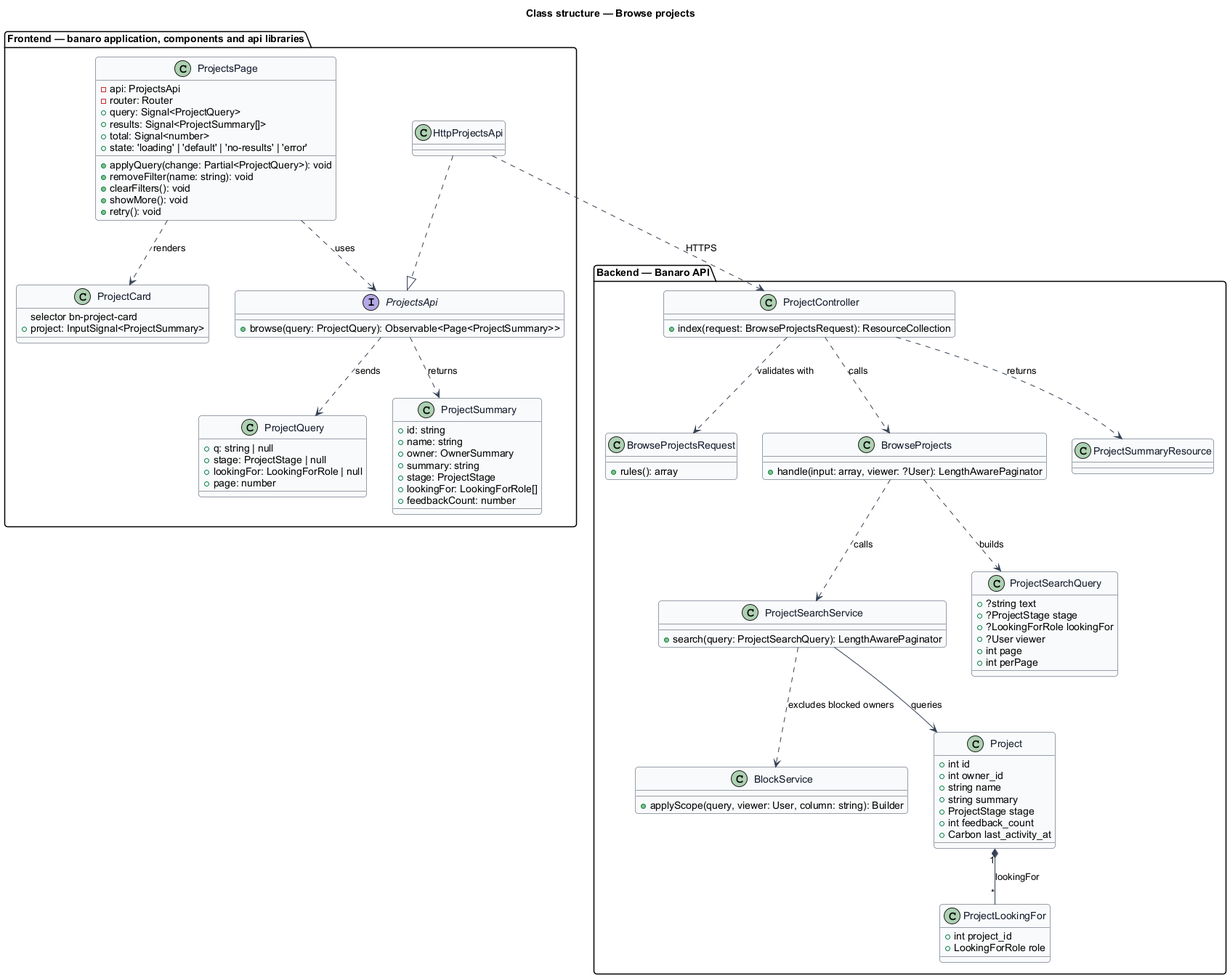
Before: docs/detailed-designs/projects/browse-projects/diagrams/class-structure.png, a diagram exported from PlantUML (QuinntyneBrown/banaro).
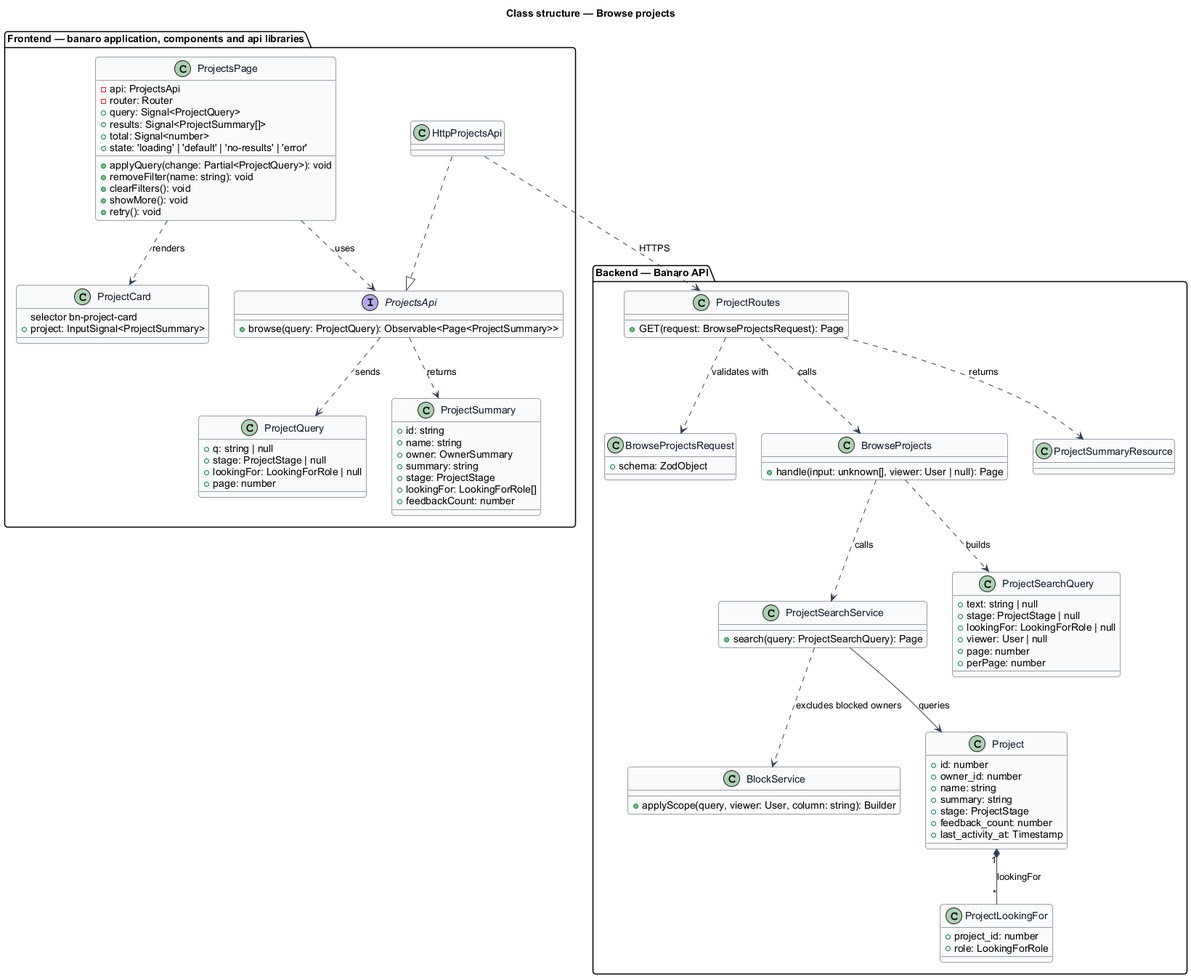
After the change.

Diff of the diagram source:
```diff
@@ -51,41 +51,41 @@
 }
 
 package "Backend — Banaro API" {
-  class ProjectController {
-    +index(request: BrowseProjectsRequest): ResourceCollection
+  class ProjectRoutes {
+    +GET(request: BrowseProjectsRequest): Page
   }
   class BrowseProjectsRequest {
-    +rules(): array
+    +schema: ZodObject
   }
   class BrowseProjects {
-    +handle(input: array, viewer: ?User): LengthAwarePaginator
+    +handle(input: unknown[], viewer: User | null): Page
   }
   class ProjectSearchService {
-    +search(query: ProjectSearchQuery): LengthAwarePaginator
+    +search(query: ProjectSearchQuery): Page
   }
   class ProjectSearchQuery {
-    +?string text
-    +?ProjectStage stage
-    +?LookingForRole lookingFor
-    +?User viewer
-    +int page
-    +int perPage
+    +text: string | null
+    +stage: ProjectStage | null
+    +lookingFor: LookingForRole | null
+    +viewer: User | null
+    +page: number
+    +perPage: number
   }
   class BlockService {
     +applyScope(query, viewer: User, column: string): Builder
   }
   class Project {
-    +int id
-    +int owner_id
-    +string name
-    +string summary
-    +ProjectStage stage
-    +int feedback_count
-    +Carbon last_activity_at
+    +id: number
+    +owner_id: number
+    +name: string
+    +summary: string
+    +stage: ProjectStage
+    +feedback_count: number
+    +last_activity_at: Timestamp
   }
   class ProjectLookingFor {
-    +int project_id
-    +LookingForRole role
+    +project_id: number
+    +role: LookingForRole
   }
   class ProjectSummaryResource
 }
@@ -95,11 +95,11 @@
 HttpProjectsApi ..|> ProjectsApi
 ProjectsApi ..> ProjectQuery : sends
 ProjectsApi ..> ProjectSummary : returns
-HttpProjectsApi ..> ProjectController : HTTPS
+HttpProjectsApi ..> ProjectRoutes : HTTPS
 
-ProjectController ..> BrowseProjectsRequest : validates with
-ProjectController ..> BrowseProjects : calls
-ProjectController ..> ProjectSummaryResource : returns
+ProjectRoutes ..> BrowseProjectsRequest : validates with
+ProjectRoutes ..> BrowseProjects : calls
+ProjectRoutes ..> ProjectSummaryResource : returns
 BrowseProjects ..> ProjectSearchQuery : builds
 BrowseProjects ..> ProjectSearchService : calls
 ProjectSearchService ..> BlockService : excludes blocked owners
```
